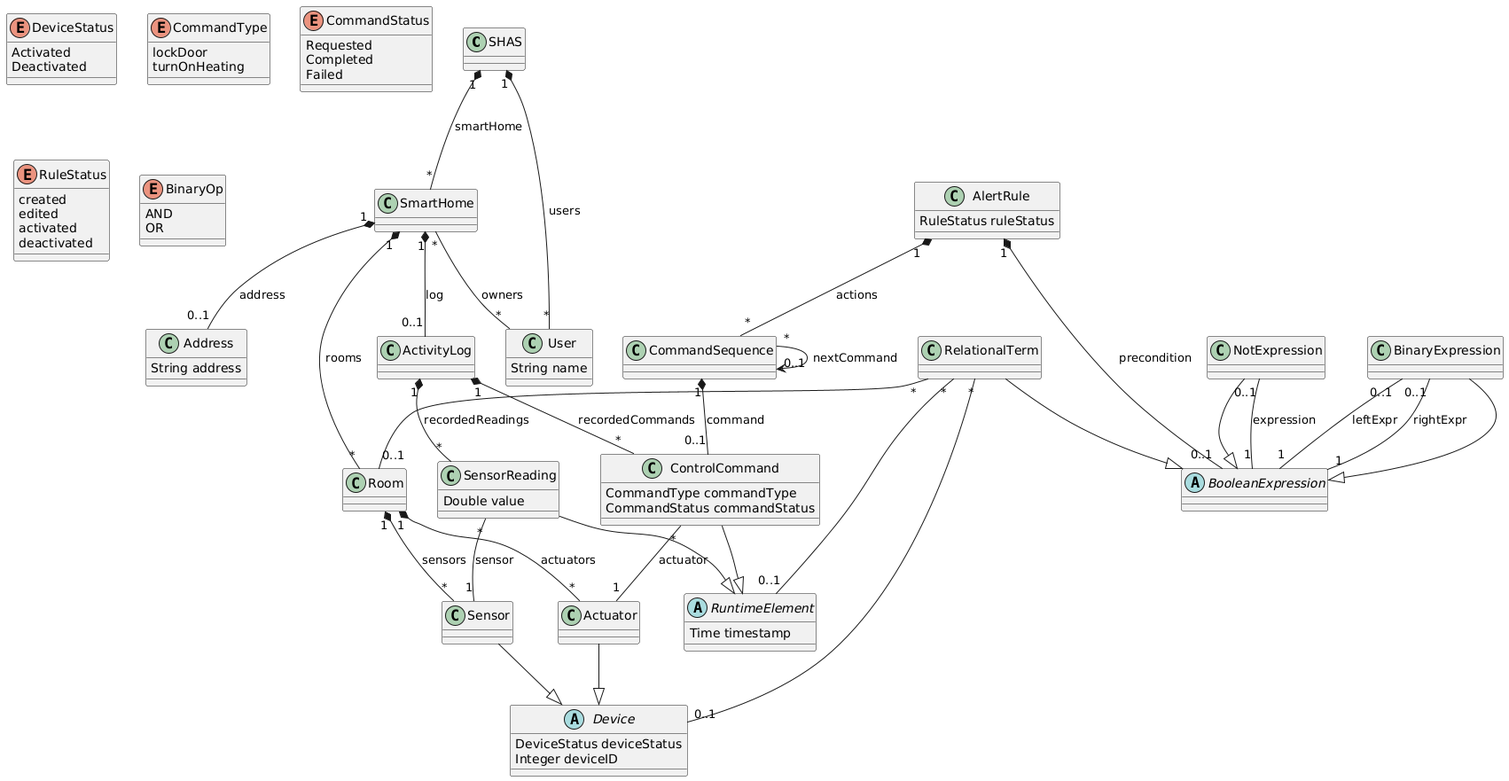
Charlotte-Verbruggen/GoldenUMLmodelset keeps this PlantUML diagram as dataset/SmartHomeAutomationSystem/plantuml.png. Above is the earlier version.
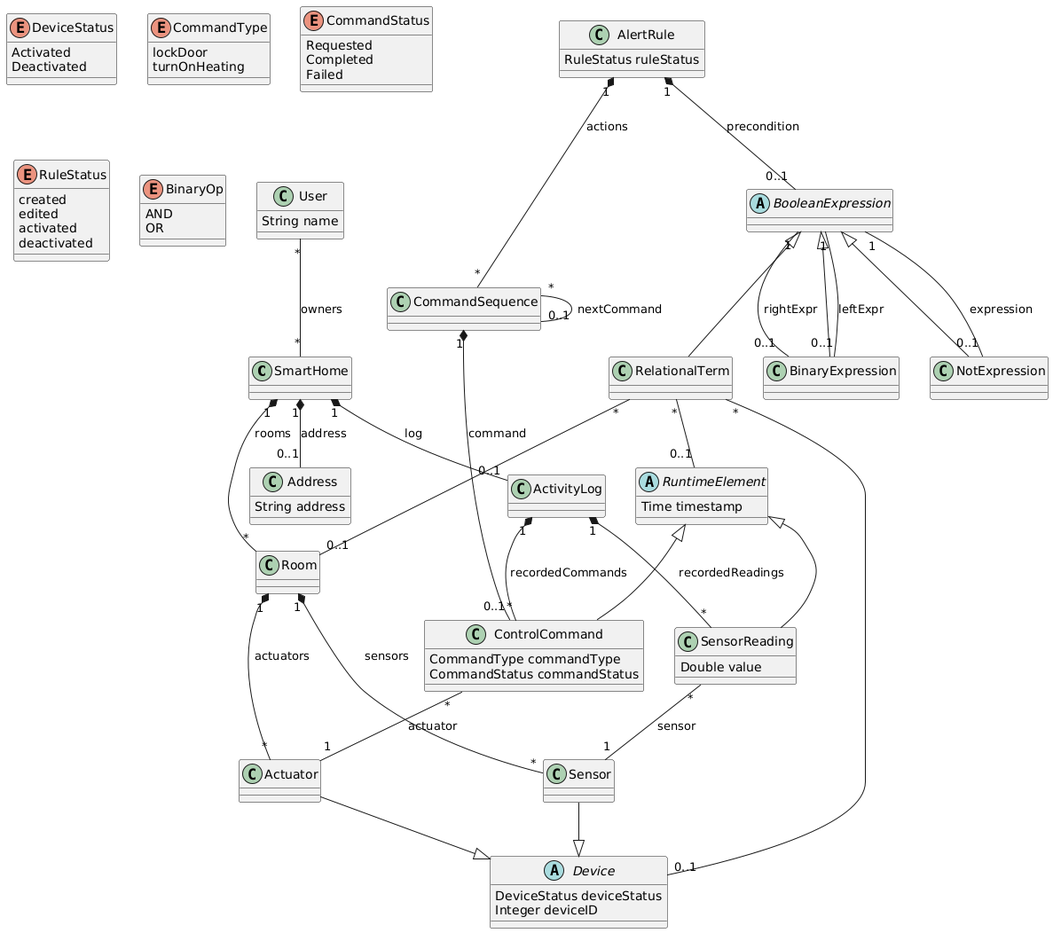
The same diagram one commit later.

Change to the diagram source:
```diff
@@ -1,6 +1,4 @@
 @startuml
-class SHAS {}
-
 class SmartHome {}
 
 class Address {
@@ -81,19 +79,16 @@
 
 Sensor --|> Device
 Actuator --|> Device
-SensorReading --|> RuntimeElement
-ControlCommand --|> RuntimeElement
-RelationalTerm --|> BooleanExpression
-NotExpression --|> BooleanExpression
-BinaryExpression --|> BooleanExpression
-
-SHAS "1" *-- "*" SmartHome : smartHome
-SHAS "1" *-- "*" User : users
+RuntimeElement <|-- SensorReading
+RuntimeElement <|-- ControlCommand
+BooleanExpression <|-- RelationalTerm
+BooleanExpression <|-- NotExpression
+BooleanExpression <|-- BinaryExpression
 
 SmartHome "1" *-- "0..1" Address : address
 SmartHome "1" *-- "*" Room : rooms
 SmartHome "1" *-- "0..1" ActivityLog : log
-SmartHome "*" -- "*" User : owners
+User "*" -- "*" SmartHome : owners
 
 Room "1" *-- "*" Sensor : sensors
 Room "1" *-- "*" Actuator : actuators
@@ -101,7 +96,7 @@
 ActivityLog "1" *-- "*" SensorReading : recordedReadings
 ActivityLog "1" *-- "*" ControlCommand : recordedCommands
 
-CommandSequence "*" --> "0..1" CommandSequence : nextCommand
+CommandSequence "*" -- "0..1" CommandSequence : nextCommand
 CommandSequence "1" *-- "0..1" ControlCommand : command
 
 SensorReading "*" -- "1" Sensor : sensor
```
